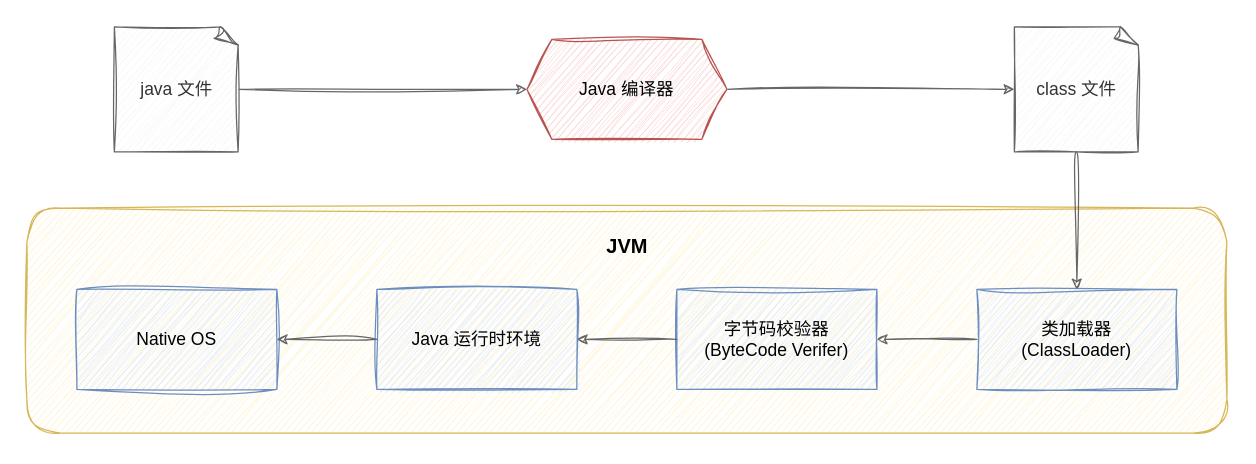
This is page "字节码构建" (4 of 6) of assets/Java/JavaCore/Java虚拟机.drawio from dunwu/waterdrop, a draw.io file, before an edit. Source tidied: cells renumbered, new cells numbered last; positions are measured from the earlier drawing's top-left corner, leaving out a move shared by most shapes. Both pictures are drawn from the tidied source at 125%, with x=0, y=0 at pixel (26, 26).
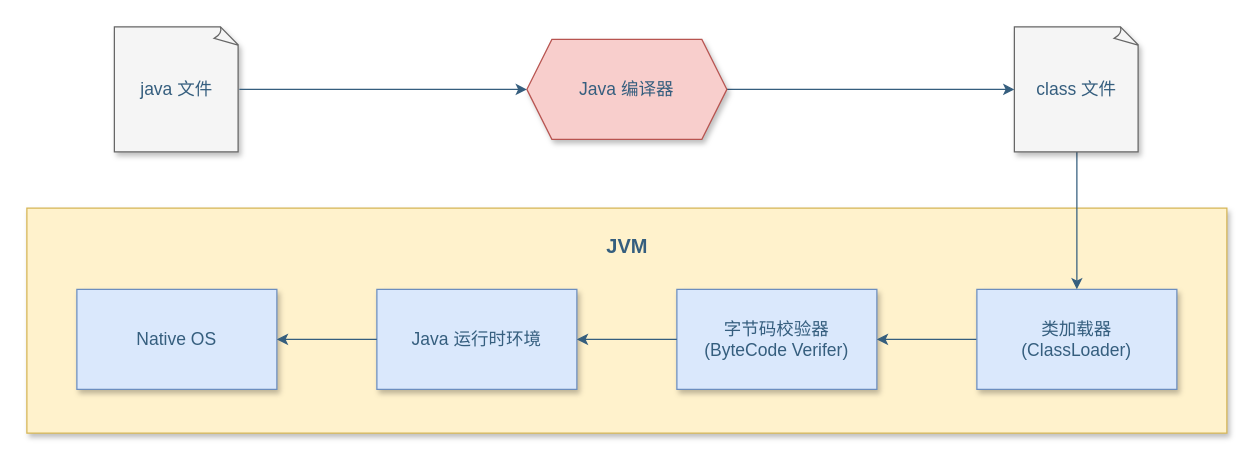
Above is the later version.

Diff of the diagram source:
```diff
@@
 <mxGraphModel>
   <root>
     <mxCell id="0" />
     <mxCell id="1" parent="0" />
-    <mxCell id="2" style="group;" parent="1" vertex="1">
-      <mxGeometry width="960" height="325" as="geometry" />
-    </mxCell>
-    <mxCell id="3" style="rounded=1;whiteSpace=wrap;html=1;fontSize=14;sketch=1;curveFitting=1;jiggle=2;fillColor=#fff2cc;strokeColor=#d6b656;" parent="2" vertex="1">
+    <mxCell id="3" style="rounded=0;whiteSpace=wrap;html=1;fontSize=14;fillColor=#fff2cc;strokeColor=#d6b656;shadow=1;fontColor=#355E7E;" parent="1" vertex="1">
       <mxGeometry y="145" width="960" height="180" as="geometry" />
     </mxCell>
-    <mxCell id="4" value="&lt;div style=&quot;font-size: 14px;&quot;&gt;&lt;div style=&quot;font-size: 14px;&quot;&gt;字节码校验器&lt;/div&gt;&lt;div style=&quot;font-size: 14px;&quot;&gt;(ByteCode Verifer)&lt;/div&gt;&lt;/div&gt;" style="rounded=0;whiteSpace=wrap;html=1;fontSize=14;fillColor=#dae8fc;strokeColor=#6c8ebf;sketch=1;curveFitting=1;jiggle=2;" parent="2" vertex="1">
+    <mxCell id="4" value="&lt;div style=&quot;font-size: 14px;&quot;&gt;&lt;div style=&quot;font-size: 14px;&quot;&gt;字节码校验器&lt;/div&gt;&lt;div style=&quot;font-size: 14px;&quot;&gt;(ByteCode Verifer)&lt;/div&gt;&lt;/div&gt;" style="rounded=0;whiteSpace=wrap;html=1;fontSize=14;fillColor=#dae8fc;strokeColor=#6c8ebf;shadow=1;fontColor=#355E7E;" parent="1" vertex="1">
       <mxGeometry x="520" y="210" width="160" height="80" as="geometry" />
     </mxCell>
-    <mxCell id="5" style="edgeStyle=orthogonalEdgeStyle;rounded=0;jettySize=auto;html=1;fontSize=14;fillColor=#f5f5f5;strokeColor=#666666;sketch=1;curveFitting=1;jiggle=2;" parent="2" edge="1" source="6" target="4">
+    <mxCell id="5" style="edgeStyle=orthogonalEdgeStyle;rounded=0;jettySize=auto;html=1;fontSize=14;fillColor=#f5f5f5;strokeColor=#355E7E;fontColor=#355E7E;" parent="1" edge="1" source="6" target="4">
       <mxGeometry relative="1" as="geometry" />
     </mxCell>
-    <mxCell id="6" value="&lt;div style=&quot;font-size: 14px;&quot;&gt;&lt;div style=&quot;font-size: 14px;&quot;&gt;&lt;div style=&quot;border-color: var(--border-color); font-size: 14px;&quot;&gt;类加载器&lt;/div&gt;&lt;div style=&quot;border-color: var(--border-color); font-size: 14px;&quot;&gt;(ClassLoader)&lt;/div&gt;&lt;/div&gt;&lt;/div&gt;" style="rounded=0;whiteSpace=wrap;html=1;fontSize=14;fillColor=#dae8fc;strokeColor=#6c8ebf;sketch=1;curveFitting=1;jiggle=2;" parent="2" vertex="1">
+    <mxCell id="6" value="&lt;div style=&quot;font-size: 14px;&quot;&gt;&lt;div style=&quot;font-size: 14px;&quot;&gt;&lt;div style=&quot;border-color: var(--border-color); font-size: 14px;&quot;&gt;类加载器&lt;/div&gt;&lt;div style=&quot;border-color: var(--border-color); font-size: 14px;&quot;&gt;(ClassLoader)&lt;/div&gt;&lt;/div&gt;&lt;/div&gt;" style="rounded=0;whiteSpace=wrap;html=1;fontSize=14;fillColor=#dae8fc;strokeColor=#6c8ebf;shadow=1;fontColor=#355E7E;" parent="1" vertex="1">
       <mxGeometry x="760" y="210" width="160" height="80" as="geometry" />
     </mxCell>
-    <mxCell id="7" value="Java 运行时环境" style="rounded=0;whiteSpace=wrap;html=1;fontSize=14;fillColor=#dae8fc;strokeColor=#6c8ebf;sketch=1;curveFitting=1;jiggle=2;" parent="2" vertex="1">
+    <mxCell id="7" value="Java 运行时环境" style="rounded=0;whiteSpace=wrap;html=1;fontSize=14;fillColor=#dae8fc;strokeColor=#6c8ebf;shadow=1;fontColor=#355E7E;" parent="1" vertex="1">
       <mxGeometry x="280" y="210" width="160" height="80" as="geometry" />
     </mxCell>
-    <mxCell id="8" style="edgeStyle=orthogonalEdgeStyle;rounded=0;jettySize=auto;html=1;fontSize=14;fillColor=#f5f5f5;strokeColor=#666666;sketch=1;curveFitting=1;jiggle=2;" parent="2" edge="1" source="4" target="7">
+    <mxCell id="8" style="edgeStyle=orthogonalEdgeStyle;rounded=0;jettySize=auto;html=1;fontSize=14;fillColor=#f5f5f5;strokeColor=#355E7E;fontColor=#355E7E;" parent="1" edge="1" source="4" target="7">
       <mxGeometry relative="1" as="geometry" />
     </mxCell>
-    <mxCell id="9" value="Native OS" style="rounded=0;whiteSpace=wrap;html=1;fontSize=14;fillColor=#dae8fc;strokeColor=#6c8ebf;sketch=1;curveFitting=1;jiggle=2;" parent="2" vertex="1">
+    <mxCell id="9" value="Native OS" style="rounded=0;whiteSpace=wrap;html=1;fontSize=14;fillColor=#dae8fc;strokeColor=#6c8ebf;shadow=1;fontColor=#355E7E;" parent="1" vertex="1">
       <mxGeometry x="40" y="210" width="160" height="80" as="geometry" />
     </mxCell>
-    <mxCell id="10" style="edgeStyle=orthogonalEdgeStyle;rounded=0;jettySize=auto;html=1;fontSize=14;fillColor=#f5f5f5;strokeColor=#666666;sketch=1;curveFitting=1;jiggle=2;" parent="2" edge="1" source="7" target="9">
+    <mxCell id="10" style="edgeStyle=orthogonalEdgeStyle;rounded=0;jettySize=auto;html=1;fontSize=14;fillColor=#f5f5f5;strokeColor=#355E7E;fontColor=#355E7E;" parent="1" edge="1" source="7" target="9">
       <mxGeometry relative="1" as="geometry" />
     </mxCell>
-    <mxCell id="11" value="java 文件" style="whiteSpace=wrap;html=1;shape=mxgraph.basic.document;rounded=1;sketch=1;jiggle=2;curveFitting=1;strokeColor=#666666;align=center;verticalAlign=middle;fontFamily=Helvetica;fontSize=14;fontColor=#333333;fillColor=#f5f5f5;" parent="2" vertex="1">
+    <mxCell id="11" value="java 文件" style="whiteSpace=wrap;html=1;shape=mxgraph.basic.document;rounded=1;strokeColor=#666666;align=center;verticalAlign=middle;fontFamily=Helvetica;fontSize=14;fontColor=#355E7E;fillColor=#f5f5f5;shadow=1;" parent="1" vertex="1">
       <mxGeometry x="70" width="100" height="100" as="geometry" />
     </mxCell>
-    <mxCell id="12" style="edgeStyle=orthogonalEdgeStyle;jettySize=auto;html=1;entryX=0.5;entryY=0;entryDx=0;entryDy=0;curved=1;sketch=1;curveFitting=1;jiggle=2;fillColor=#f5f5f5;strokeColor=#666666;" parent="2" edge="1" source="13" target="6">
+    <mxCell id="12" style="edgeStyle=orthogonalEdgeStyle;jettySize=auto;html=1;entryX=0.5;entryY=0;entryDx=0;entryDy=0;curved=1;fillColor=#f5f5f5;strokeColor=#355E7E;fontColor=#355E7E;" parent="1" edge="1" source="13" target="6">
       <mxGeometry relative="1" as="geometry" />
     </mxCell>
-    <mxCell id="13" value="class 文件" style="whiteSpace=wrap;html=1;shape=mxgraph.basic.document;rounded=1;sketch=1;jiggle=2;curveFitting=1;strokeColor=#666666;align=center;verticalAlign=middle;fontFamily=Helvetica;fontSize=14;fontColor=#333333;fillColor=#f5f5f5;" parent="2" vertex="1">
+    <mxCell id="13" value="class 文件" style="whiteSpace=wrap;html=1;shape=mxgraph.basic.document;rounded=1;strokeColor=#666666;align=center;verticalAlign=middle;fontFamily=Helvetica;fontSize=14;fontColor=#355E7E;fillColor=#f5f5f5;shadow=1;" parent="1" vertex="1">
       <mxGeometry x="790" width="100" height="100" as="geometry" />
     </mxCell>
-    <mxCell id="14" style="edgeStyle=orthogonalEdgeStyle;rounded=0;jettySize=auto;html=1;fillColor=#f5f5f5;strokeColor=#666666;sketch=1;curveFitting=1;jiggle=2;" parent="2" edge="1" source="15" target="13">
+    <mxCell id="14" style="edgeStyle=orthogonalEdgeStyle;rounded=0;jettySize=auto;html=1;fillColor=#f5f5f5;strokeColor=#355E7E;fontColor=#355E7E;" parent="1" edge="1" source="15" target="13">
       <mxGeometry relative="1" as="geometry" />
     </mxCell>
-    <mxCell id="15" value="Java 编译器" style="shape=hexagon;perimeter=hexagonPerimeter2;whiteSpace=wrap;html=1;fixedSize=1;fontSize=14;fillColor=#f8cecc;strokeColor=#b85450;rounded=0;sketch=1;curveFitting=1;jiggle=2;" parent="2" vertex="1">
+    <mxCell id="15" value="Java 编译器" style="shape=hexagon;perimeter=hexagonPerimeter2;whiteSpace=wrap;html=1;fixedSize=1;fontSize=14;fillColor=#f8cecc;strokeColor=#b85450;rounded=0;shadow=1;fontColor=#355E7E;" parent="1" vertex="1">
       <mxGeometry x="400" y="10" width="160" height="80" as="geometry" />
     </mxCell>
-    <mxCell id="16" style="edgeStyle=orthogonalEdgeStyle;rounded=0;jettySize=auto;html=1;fillColor=#f5f5f5;strokeColor=#666666;sketch=1;curveFitting=1;jiggle=2;" parent="2" edge="1" source="11" target="15">
+    <mxCell id="16" style="edgeStyle=orthogonalEdgeStyle;rounded=0;jettySize=auto;html=1;fillColor=#f5f5f5;strokeColor=#355E7E;fontColor=#355E7E;" parent="1" edge="1" source="11" target="15">
       <mxGeometry relative="1" as="geometry" />
     </mxCell>
-    <mxCell id="17" value="JVM" style="text;html=1;align=center;verticalAlign=middle;strokeColor=none;fillColor=none;fontSize=16;fontStyle=1;" parent="2" vertex="1">
+    <mxCell id="17" value="JVM" style="text;html=1;align=center;verticalAlign=middle;strokeColor=none;fillColor=none;fontSize=16;fontStyle=1;fontColor=#355E7E;" parent="1" vertex="1">
       <mxGeometry x="450" y="160" width="60" height="30" as="geometry" />
     </mxCell>
   </root>
 </mxGraphModel>
```
